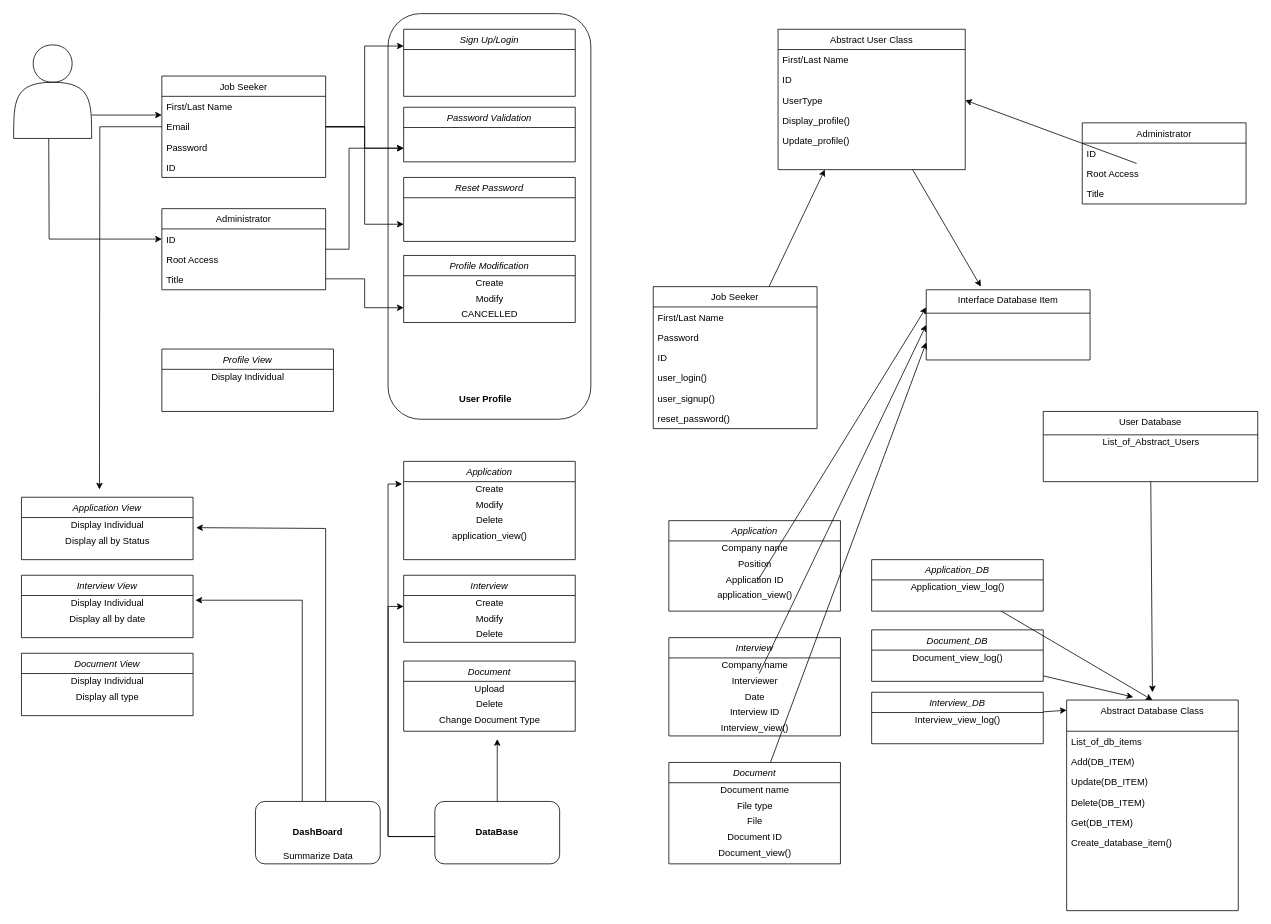
Above: Resources/Classes_UML.drawio in helenewillits/JobMe (draw.io), before the change. Source tidied: cells renumbered, new cells numbered last; positions are measured from the earlier drawing's top-left corner, leaving out a move shared by most shapes. Both pictures are drawn from the tidied source at 78%, with x=0, y=0 at pixel (13, 13).
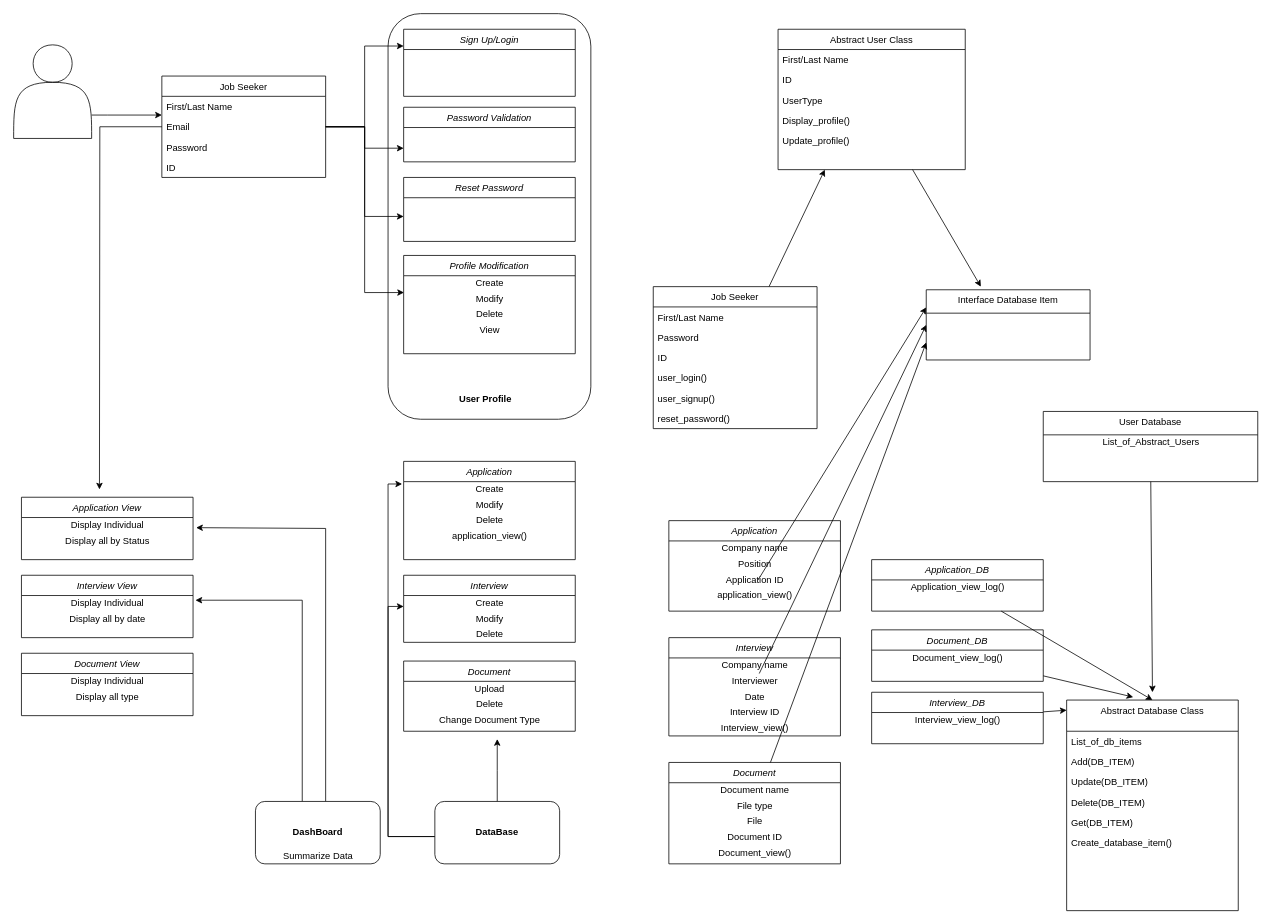
After the change.

Commit message (it also covers changes not shown here):
merge & update use case & class diagrams

The change refers to these unchanged cells:
```xml
<mxCell id="8" value="Job Seeker" style="swimlane;fontStyle=0;align=center;verticalAlign=top;horizontal=1;startSize=26;rounded=0;shadow=0;strokeWidth=1;" parent="1" vertex="1">
  <mxGeometry x="190" y="80" width="210" height="130" as="geometry" />
</mxCell>
<mxCell id="10" value="Email " style="text;align=left;verticalAlign=top;spacingLeft=4;spacingRight=4;overflow=hidden;points=[[0,0.5],[1,0.5]];portConstraint=eastwest;rounded=0;shadow=0;html=0;" parent="8" vertex="1">
  <mxGeometry y="52" width="210" height="26" as="geometry" />
</mxCell>
<mxCell id="15" value="Password Validation" style="swimlane;fontStyle=2;align=center;verticalAlign=top;horizontal=1;startSize=26;rounded=0;shadow=0;strokeWidth=1;" parent="1" vertex="1">
  <mxGeometry x="500" y="120" width="220" height="70" as="geometry" />
</mxCell>
<mxCell id="40" value="UserType" style="text;align=left;verticalAlign=top;spacingLeft=4;spacingRight=4;overflow=hidden;points=[[0,0.5],[1,0.5]];portConstraint=eastwest;rounded=0;shadow=0;html=0;" parent="37" vertex="1">
  <mxGeometry y="78" width="240" height="26" as="geometry" />
</mxCell>
<mxCell id="63" value="Modify" style="text;html=1;align=center;verticalAlign=middle;points=[];" parent="61" vertex="1">
  <mxGeometry y="46" width="220" height="20" as="geometry" />
</mxCell>
```

Diff of the diagram source:
```diff
@@
     <mxCell id="6" style="edgeStyle=orthogonalEdgeStyle;rounded=0;jettySize=auto;html=1;" parent="1" edge="1" source="8">
       <mxGeometry relative="1" as="geometry">
-        <mxPoint x="500" y="270" as="targetPoint" />
+        <mxPoint x="500" y="260" as="targetPoint" />
         <Array as="points">
           <mxPoint x="450" y="145" />
-          <mxPoint x="450" y="270" />
+          <mxPoint x="450" y="260" />
+          <mxPoint x="500" y="260" />
         </Array>
       </mxGeometry>
     </mxCell>
@@
-    <mxCell id="14" style="edgeStyle=orthogonalEdgeStyle;rounded=0;jettySize=auto;html=1;entryX=0;entryY=0.5;entryDx=0;entryDy=0;" parent="1" edge="1" target="56">
-      <mxGeometry relative="1" as="geometry">
-        <mxPoint x="45" y="160" as="sourcePoint" />
-      </mxGeometry>
-    </mxCell>
@@
-    <mxCell id="44" value="Administrator" style="swimlane;fontStyle=0;align=center;verticalAlign=top;horizontal=1;startSize=26;rounded=0;shadow=0;strokeWidth=1;" parent="1" vertex="1">
-      <mxGeometry x="1370" y="140" width="210" height="104" as="geometry" />
-    </mxCell>
-    <mxCell id="45" value="ID" style="text;align=left;verticalAlign=top;spacingLeft=4;spacingRight=4;overflow=hidden;" parent="44" vertex="1">
-      <mxGeometry y="26" width="210" height="26" as="geometry" />
-    </mxCell>
-    <mxCell id="46" value="Root Access" style="text;align=left;verticalAlign=top;spacingLeft=4;spacingRight=4;overflow=hidden;points=[[0,0.5],[1,0.5]];portConstraint=eastwest;rounded=0;shadow=0;html=0;" parent="44" vertex="1">
-      <mxGeometry y="52" width="210" height="26" as="geometry" />
-    </mxCell>
-    <mxCell id="47" value="Title" style="text;align=left;verticalAlign=top;spacingLeft=4;spacingRight=4;overflow=hidden;rounded=0;shadow=0;html=0;" parent="44" vertex="1">
-      <mxGeometry y="78" width="210" height="22" as="geometry" />
-    </mxCell>
@@
-    <mxCell id="53" style="edgeStyle=orthogonalEdgeStyle;rounded=0;jettySize=auto;html=1;entryX=0;entryY=0.75;entryDx=0;entryDy=0;" parent="1" edge="1" source="55" target="15">
-      <mxGeometry relative="1" as="geometry">
-        <Array as="points">
-          <mxPoint x="430" y="302" />
-          <mxPoint x="430" y="173" />
-        </Array>
-      </mxGeometry>
-    </mxCell>
-    <mxCell id="54" style="edgeStyle=orthogonalEdgeStyle;rounded=0;jettySize=auto;html=1;entryX=0;entryY=0.05;entryDx=0;entryDy=0;entryPerimeter=0;" parent="1" edge="1" source="55" target="64">
-      <mxGeometry relative="1" as="geometry">
-        <Array as="points">
-          <mxPoint x="450" y="340" />
-          <mxPoint x="450" y="377" />
-        </Array>
-      </mxGeometry>
-    </mxCell>
-    <mxCell id="55" value="Administrator" style="swimlane;fontStyle=0;align=center;verticalAlign=top;horizontal=1;startSize=26;rounded=0;shadow=0;strokeWidth=1;" parent="1" vertex="1">
-      <mxGeometry x="190" y="250" width="210" height="104" as="geometry" />
-    </mxCell>
-    <mxCell id="56" value="ID" style="text;align=left;verticalAlign=top;spacingLeft=4;spacingRight=4;overflow=hidden;points=[[0,0.5],[1,0.5]];portConstraint=eastwest;" parent="55" vertex="1">
-      <mxGeometry y="26" width="210" height="26" as="geometry" />
-    </mxCell>
-    <mxCell id="57" value="Root Access" style="text;align=left;verticalAlign=top;spacingLeft=4;spacingRight=4;overflow=hidden;rounded=0;shadow=0;html=0;" parent="55" vertex="1">
-      <mxGeometry y="52" width="210" height="26" as="geometry" />
-    </mxCell>
-    <mxCell id="58" value="Title" style="text;align=left;verticalAlign=top;spacingLeft=4;spacingRight=4;overflow=hidden;rounded=0;shadow=0;html=0;" parent="55" vertex="1">
-      <mxGeometry y="78" width="210" height="22" as="geometry" />
-    </mxCell>
-    <mxCell id="59" value="Profile View" style="swimlane;fontStyle=2;align=center;verticalAlign=top;horizontal=1;startSize=26;rounded=0;shadow=0;strokeWidth=1;" parent="1" vertex="1">
-      <mxGeometry x="190" y="430" width="220" height="80" as="geometry" />
-    </mxCell>
-    <mxCell id="60" value="Display Individual" style="text;html=1;align=center;verticalAlign=middle;" parent="59" vertex="1">
-      <mxGeometry y="26" width="220" height="20" as="geometry" />
-    </mxCell>
     <mxCell id="61" value="Profile Modification" style="swimlane;fontStyle=2;align=center;verticalAlign=top;horizontal=1;startSize=26;rounded=0;shadow=0;strokeWidth=1;" parent="1" vertex="1">
-      <mxGeometry x="500" y="310" width="220" height="86" as="geometry" />
+      <mxGeometry x="500" y="310" width="220" height="126" as="geometry" />
     </mxCell>
@@
-    <mxCell id="64" value="CANCELLED" style="text;html=1;align=center;verticalAlign=middle;points=[];" parent="61" vertex="1">
+    <mxCell id="64" value="Delete" style="text;html=1;align=center;verticalAlign=middle;points=[];" parent="61" vertex="1">
       <mxGeometry y="66" width="220" height="20" as="geometry" />
     </mxCell>
+    <mxCell id="121" value="View" style="text;html=1;align=center;verticalAlign=middle;" parent="61" vertex="1">
+      <mxGeometry y="86" width="220" height="20" as="geometry" />
+    </mxCell>
@@
-    <mxCell id="75" style="edgeStyle=none;rounded=0;jettySize=auto;html=1;entryX=1;entryY=0.5;entryDx=0;entryDy=0;" parent="1" edge="1" source="46" target="40">
-      <mxGeometry relative="1" as="geometry" />
-    </mxCell>
@@
+    <mxCell id="122" style="edgeStyle=orthogonalEdgeStyle;rounded=0;jettySize=auto;html=1;entryX=0.002;entryY=0.079;entryDx=0;entryDy=0;entryPerimeter=0;" parent="1" edge="1" source="10" target="63">
+      <mxGeometry relative="1" as="geometry" />
+    </mxCell>
```
